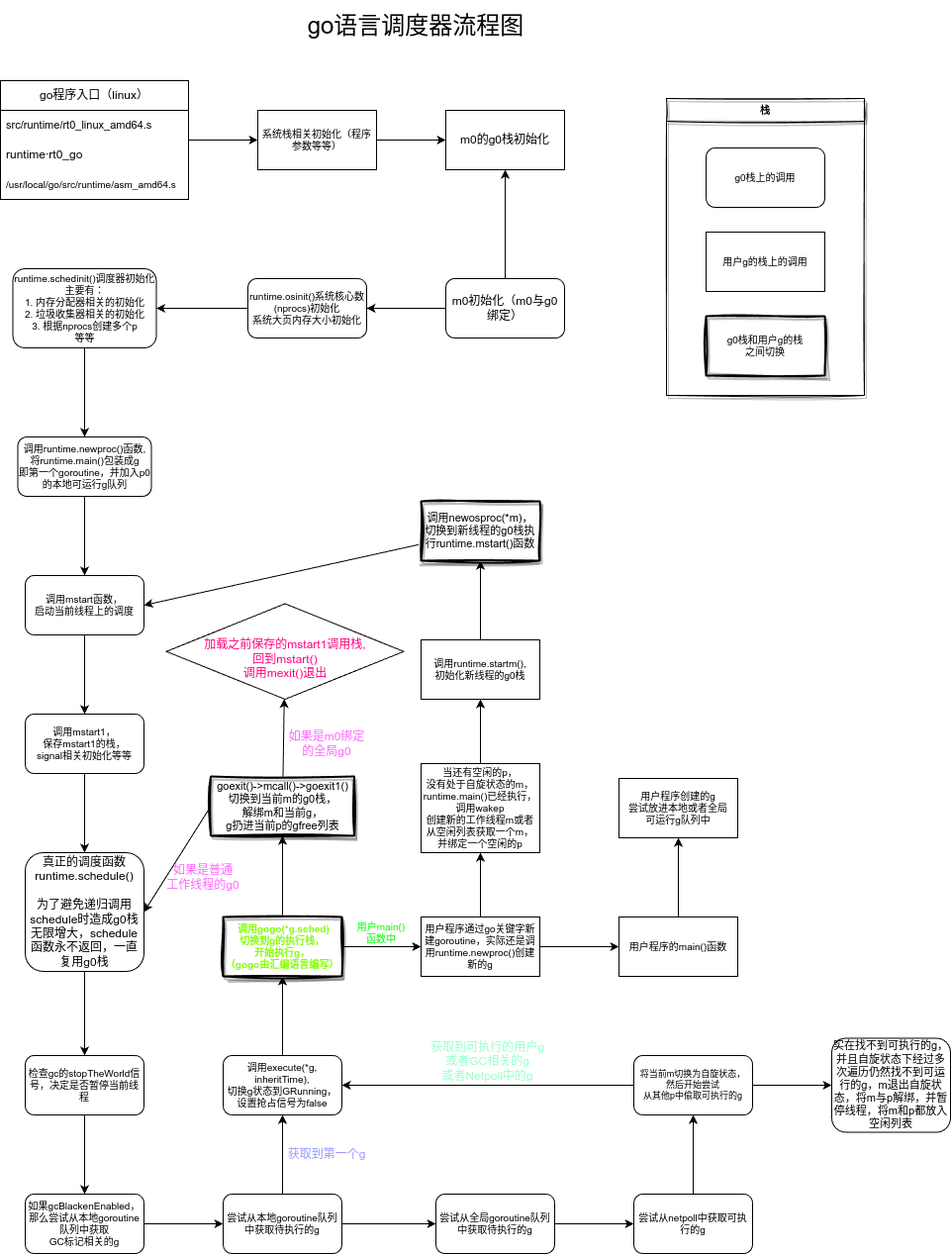
moqsien/img_repo keeps this draw.io diagram as go_sched.png. Above is the earlier version. Source tidied: cells renumbered, new cells last; positions are measured from the earlier drawing's top-left corner, leaving out a move shared by most shapes.
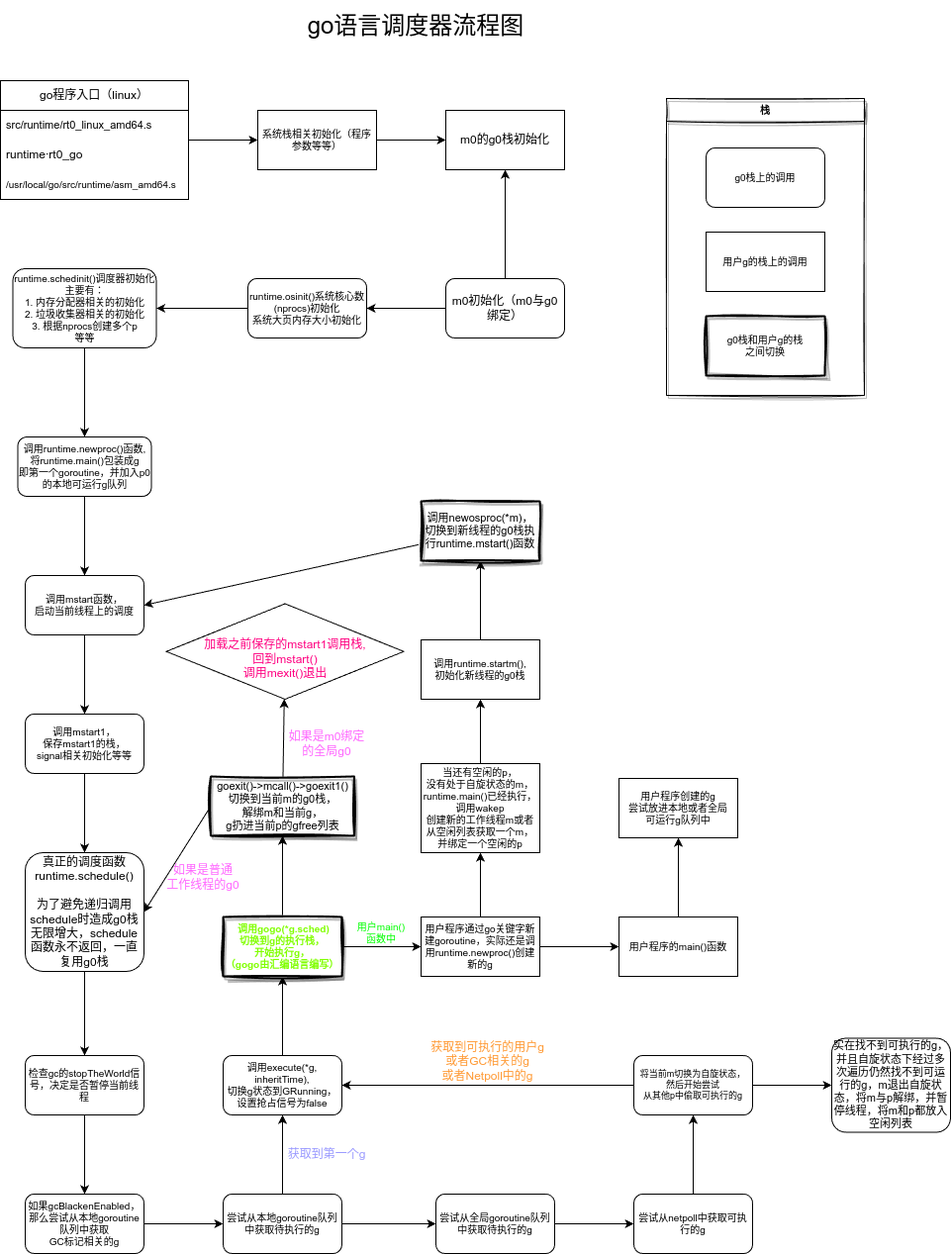
Above is the later version.

Change to the diagram source:
```diff
@@ -92,7 +92,7 @@
     <mxCell id="31" value="&lt;font style=&quot;font-size: 12px;&quot;&gt;获取到第一个g&lt;/font&gt;" style="text;html=1;strokeColor=none;fillColor=none;align=center;verticalAlign=middle;whiteSpace=wrap;rounded=0;fontSize=9;fontColor=#9999FF;" parent="1" vertex="1">
       <mxGeometry x="280" y="1150" width="100" height="30" as="geometry" />
     </mxCell>
-    <mxCell id="32" value="获取到可执行的用户g&lt;br&gt;或者GC相关的g&lt;br&gt;或者Netpoll中的g" style="text;html=1;strokeColor=none;fillColor=none;align=center;verticalAlign=middle;whiteSpace=wrap;rounded=0;fontSize=12;fontColor=#99FFCC;" parent="1" vertex="1">
+    <mxCell id="32" value="&lt;font color=&quot;#ff9933&quot;&gt;获取到可执行的用户g&lt;br&gt;或者GC相关的g&lt;br&gt;或者Netpoll中的g&lt;/font&gt;" style="text;html=1;strokeColor=none;fillColor=none;align=center;verticalAlign=middle;whiteSpace=wrap;rounded=0;fontSize=12;fontColor=#99FFCC;" parent="1" vertex="1">
       <mxGeometry x="425" y="1047.5" width="135" height="46" as="geometry" />
     </mxCell>
     <mxCell id="33" style="edgeStyle=none;html=1;fontSize=11;" parent="1" edge="1" source="34" target="37">
```
